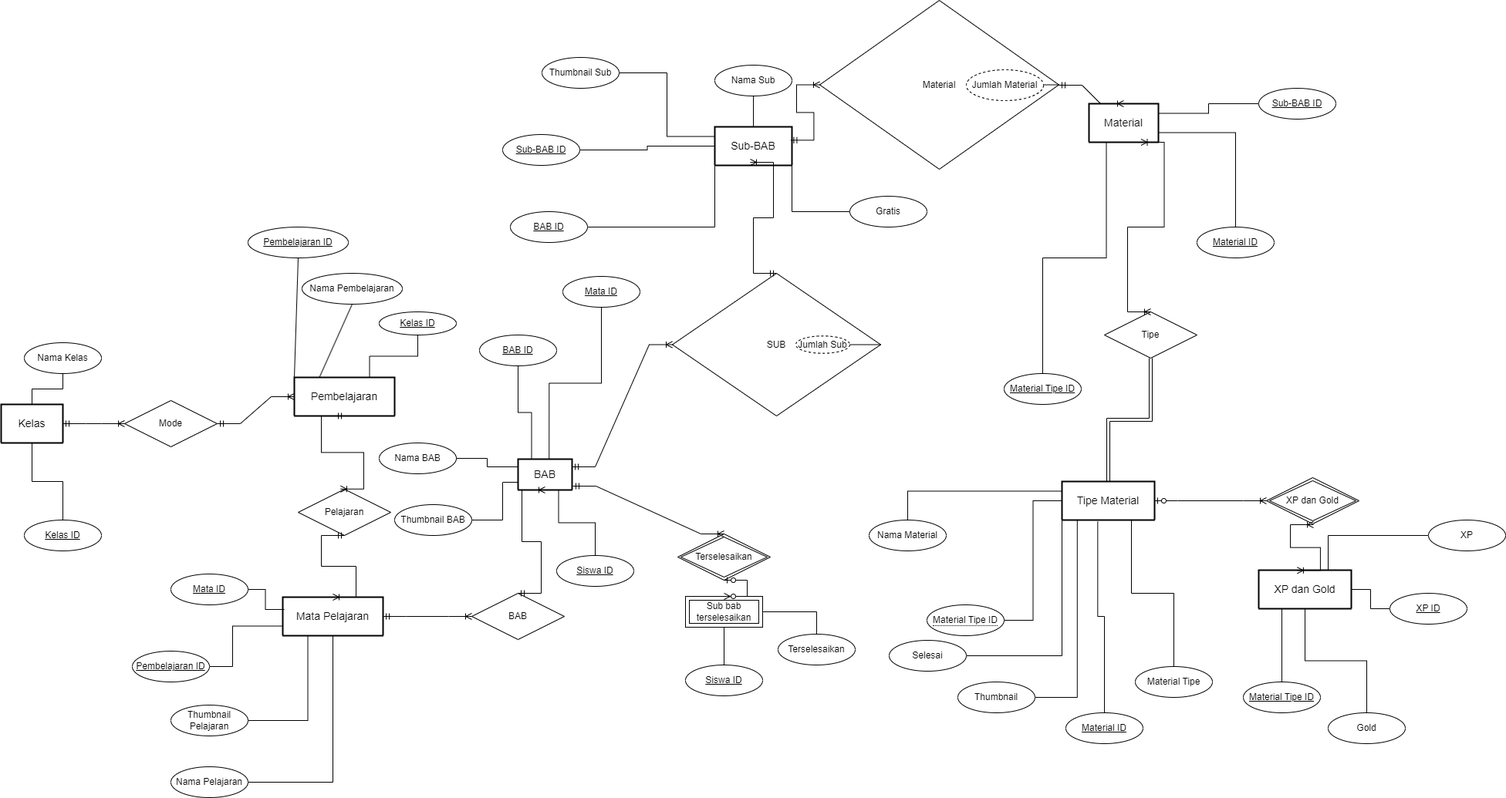
This is tugasDatabase.drawio.png from ardy-yusuf-wibawa/React-Bookbuzz, a draw.io export, as it was before one commit. Source tidied: cells renumbered, new cells last; positions are measured from the earlier drawing's top-left corner, leaving out a move shared by most shapes.
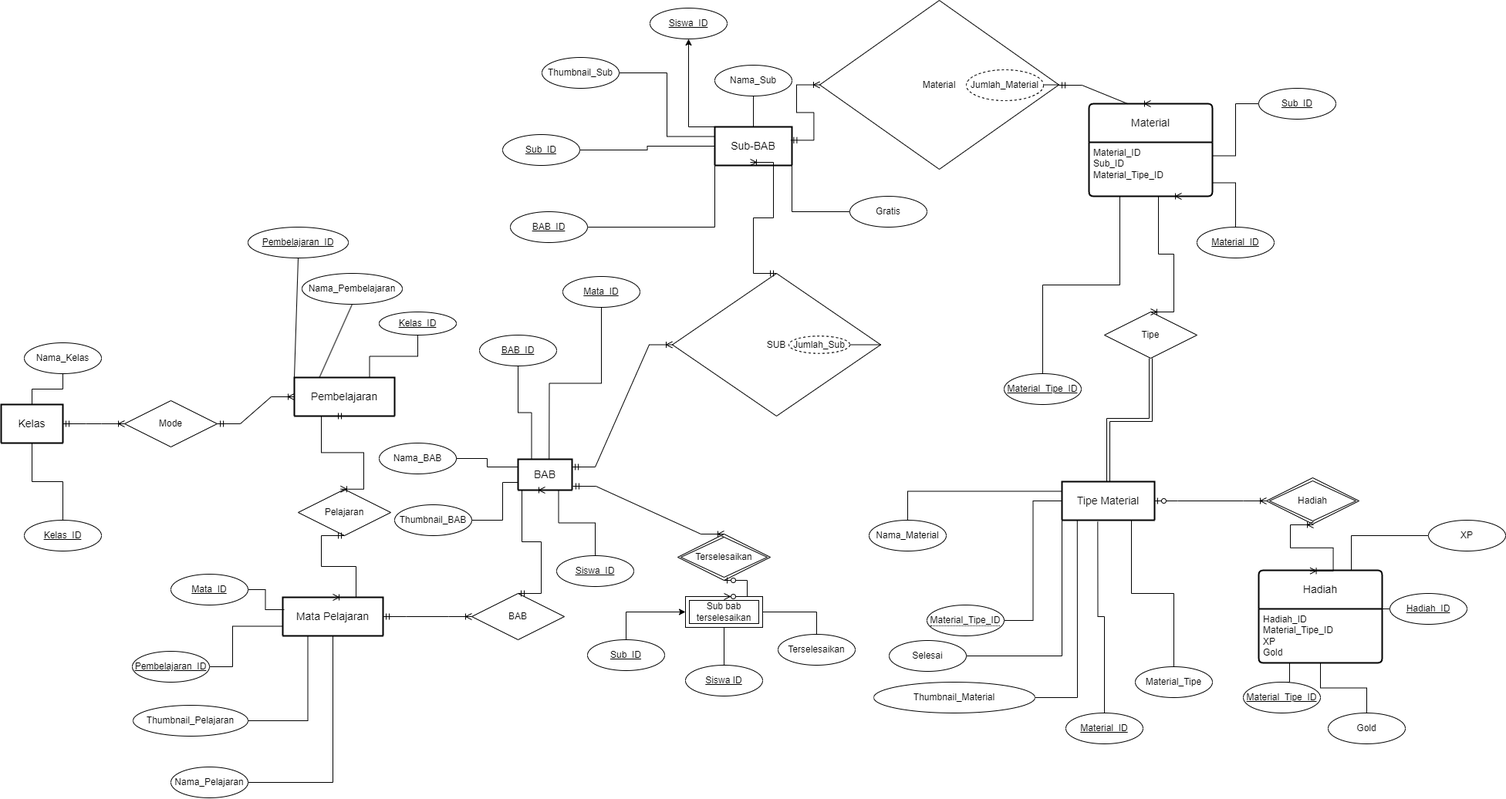
After the change.

What changed in the source:
```diff
@@ -16,6 +16,6 @@
     </mxCell>
-    <mxCell id="6" value="Nama Kelas" style="ellipse;whiteSpace=wrap;html=1;align=center;" parent="1" vertex="1">
+    <mxCell id="6" value="Nama_Kelas" style="ellipse;whiteSpace=wrap;html=1;align=center;" parent="1" vertex="1">
       <mxGeometry x="30" y="444" width="100" height="40" as="geometry" />
     </mxCell>
-    <mxCell id="7" value="Kelas ID" style="ellipse;whiteSpace=wrap;html=1;align=center;fontStyle=4;" parent="1" vertex="1">
+    <mxCell id="7" value="Kelas_ID" style="ellipse;whiteSpace=wrap;html=1;align=center;fontStyle=4;" parent="1" vertex="1">
       <mxGeometry x="30" y="674" width="100" height="40" as="geometry" />
@@ -31,3 +31,3 @@
     </mxCell>
-    <mxCell id="11" value="Pembelajaran ID" style="ellipse;whiteSpace=wrap;html=1;align=center;fontStyle=4;" parent="1" vertex="1">
+    <mxCell id="11" value="Pembelajaran_ID" style="ellipse;whiteSpace=wrap;html=1;align=center;fontStyle=4;" parent="1" vertex="1">
       <mxGeometry x="320" y="294" width="130" height="40" as="geometry" />
@@ -37,3 +37,3 @@
     </mxCell>
-    <mxCell id="13" value="Nama Pembelajaran" style="ellipse;whiteSpace=wrap;html=1;align=center;" parent="1" vertex="1">
+    <mxCell id="13" value="Nama_Pembelajaran" style="ellipse;whiteSpace=wrap;html=1;align=center;" parent="1" vertex="1">
       <mxGeometry x="390" y="354" width="130" height="40" as="geometry" />
@@ -43,3 +43,3 @@
     </mxCell>
-    <mxCell id="15" value="Kelas ID" style="ellipse;whiteSpace=wrap;html=1;align=center;fontStyle=4;" parent="1" vertex="1">
+    <mxCell id="15" value="Kelas_ID" style="ellipse;whiteSpace=wrap;html=1;align=center;fontStyle=4;" parent="1" vertex="1">
       <mxGeometry x="490" y="404" width="100" height="30" as="geometry" />
@@ -55,3 +55,3 @@
     </mxCell>
-    <mxCell id="19" value="Mata ID" style="ellipse;whiteSpace=wrap;html=1;align=center;fontStyle=4;" parent="1" vertex="1">
+    <mxCell id="19" value="Mata_ID" style="ellipse;whiteSpace=wrap;html=1;align=center;fontStyle=4;" parent="1" vertex="1">
       <mxGeometry x="220" y="744" width="100" height="40" as="geometry" />
@@ -66,9 +66,9 @@
     </mxCell>
-    <mxCell id="21" value="Pembelajaran ID" style="ellipse;whiteSpace=wrap;html=1;align=center;fontStyle=4;" parent="1" vertex="1">
+    <mxCell id="21" value="Pembelajaran_ID" style="ellipse;whiteSpace=wrap;html=1;align=center;fontStyle=4;" parent="1" vertex="1">
       <mxGeometry x="170" y="844" width="100" height="40" as="geometry" />
     </mxCell>
-    <mxCell id="22" value="Thumbnail Pelajaran" style="ellipse;whiteSpace=wrap;html=1;align=center;" parent="1" vertex="1">
-      <mxGeometry x="220" y="914" width="100" height="40" as="geometry" />
+    <mxCell id="22" value="Thumbnail_Pelajaran" style="ellipse;whiteSpace=wrap;html=1;align=center;" parent="1" vertex="1">
+      <mxGeometry x="171" y="914" width="149" height="40" as="geometry" />
     </mxCell>
-    <mxCell id="23" value="Nama Pelajaran" style="ellipse;whiteSpace=wrap;html=1;align=center;" parent="1" vertex="1">
+    <mxCell id="23" value="Nama_Pelajaran" style="ellipse;whiteSpace=wrap;html=1;align=center;" parent="1" vertex="1">
       <mxGeometry x="220" y="994" width="100" height="40" as="geometry" />
@@ -90,9 +90,9 @@
     </mxCell>
-    <mxCell id="29" value="&lt;u&gt;BAB ID&lt;/u&gt;" style="ellipse;whiteSpace=wrap;html=1;align=center;" parent="1" vertex="1">
+    <mxCell id="29" value="&lt;u&gt;BAB_ID&lt;/u&gt;" style="ellipse;whiteSpace=wrap;html=1;align=center;" parent="1" vertex="1">
       <mxGeometry x="620" y="434" width="100" height="40" as="geometry" />
     </mxCell>
-    <mxCell id="30" value="&lt;u&gt;Mata ID&lt;/u&gt;" style="ellipse;whiteSpace=wrap;html=1;align=center;" parent="1" vertex="1">
+    <mxCell id="30" value="&lt;u&gt;Mata_ID&lt;/u&gt;" style="ellipse;whiteSpace=wrap;html=1;align=center;" parent="1" vertex="1">
       <mxGeometry x="728" y="358" width="100" height="40" as="geometry" />
     </mxCell>
-    <mxCell id="31" value="Nama BAB" style="ellipse;whiteSpace=wrap;html=1;align=center;" parent="1" vertex="1">
+    <mxCell id="31" value="Nama_BAB" style="ellipse;whiteSpace=wrap;html=1;align=center;" parent="1" vertex="1">
       <mxGeometry x="490" y="574" width="100" height="40" as="geometry" />
@@ -120,5 +120,12 @@
     </mxCell>
-    <mxCell id="39" value="Jumlah Sub" style="ellipse;whiteSpace=wrap;html=1;align=center;dashed=1;" parent="1" vertex="1">
-      <mxGeometry x="1030" y="435.2" width="70" height="22.5" as="geometry" />
+    <mxCell id="39" value="Jumlah_Sub" style="ellipse;whiteSpace=wrap;html=1;align=center;dashed=1;" parent="1" vertex="1">
+      <mxGeometry x="1021" y="435.2" width="79" height="22.5" as="geometry" />
     </mxCell>
+    <mxCell id="98" style="edgeStyle=orthogonalEdgeStyle;rounded=0;jettySize=auto;html=1;exitX=0.25;exitY=0;exitDx=0;exitDy=0;entryX=0.5;entryY=1;entryDx=0;entryDy=0;" parent="1" edge="1" source="40" target="106">
+      <mxGeometry relative="1" as="geometry">
+        <Array as="points">
+          <mxPoint x="891" y="164" />
+        </Array>
+      </mxGeometry>
+    </mxCell>
     <mxCell id="40" value="Sub-BAB" style="swimlane;horizontal=1;startSize=50;rounded=1;fontSize=14;fontStyle=0;strokeWidth=2;shadow=0;dashed=0;align=center;arcSize=4;whiteSpace=wrap;html=1;" parent="1" vertex="1" collapsed="1">
@@ -129,3 +136,3 @@
     </mxCell>
-    <mxCell id="42" value="Sub-BAB ID" style="ellipse;whiteSpace=wrap;html=1;align=center;fontStyle=4;" parent="1" vertex="1">
+    <mxCell id="42" value="Sub_ID" style="ellipse;whiteSpace=wrap;html=1;align=center;fontStyle=4;" parent="1" vertex="1">
       <mxGeometry x="650" y="174" width="100" height="40" as="geometry" />
@@ -135,3 +142,3 @@
     </mxCell>
-    <mxCell id="44" value="BAB ID" style="ellipse;whiteSpace=wrap;html=1;align=center;fontStyle=4;" parent="1" vertex="1">
+    <mxCell id="44" value="BAB_ID" style="ellipse;whiteSpace=wrap;html=1;align=center;fontStyle=4;" parent="1" vertex="1">
       <mxGeometry x="660" y="274" width="100" height="40" as="geometry" />
@@ -141,3 +148,3 @@
     </mxCell>
-    <mxCell id="46" value="Nama Sub" style="ellipse;whiteSpace=wrap;html=1;align=center;" parent="1" vertex="1">
+    <mxCell id="46" value="Nama_Sub" style="ellipse;whiteSpace=wrap;html=1;align=center;" parent="1" vertex="1">
       <mxGeometry x="925" y="84" width="100" height="40" as="geometry" />
@@ -156,12 +163,24 @@
     </mxCell>
-    <mxCell id="51" value="Material" style="swimlane;horizontal=1;startSize=50;rounded=1;fontSize=14;fontStyle=0;strokeWidth=2;shadow=0;dashed=0;align=center;arcSize=4;whiteSpace=wrap;html=1;" parent="1" vertex="1" collapsed="1">
-      <mxGeometry x="1410" y="134" width="90" height="50" as="geometry" />
+    <mxCell id="51" value="Material" style="swimlane;horizontal=1;startSize=50;rounded=1;fontSize=14;fontStyle=0;strokeWidth=2;shadow=0;dashed=0;align=center;arcSize=4;whiteSpace=wrap;html=1;" parent="1" vertex="1">
+      <mxGeometry x="1410" y="134" width="160" height="120" as="geometry" />
     </mxCell>
+    <mxCell id="99" value="Material_ID&lt;br&gt;Sub_ID&lt;br&gt;Material_Tipe_ID" style="align=left;strokeColor=none;fillColor=none;spacingLeft=4;fontSize=12;verticalAlign=top;html=1;" parent="51" vertex="1">
+      <mxGeometry y="50" width="160" height="70" as="geometry" />
+    </mxCell>
+    <mxCell id="100" style="edgeStyle=orthogonalEdgeStyle;rounded=0;jettySize=auto;html=1;exitX=0.5;exitY=0;exitDx=0;exitDy=0;entryX=0.25;entryY=1;entryDx=0;entryDy=0;endArrow=none;endFill=0;" parent="1" edge="1" source="52" target="99">
+      <mxGeometry relative="1" as="geometry" />
+    </mxCell>
-    <mxCell id="52" value="Material Tipe ID" style="ellipse;whiteSpace=wrap;html=1;align=center;fontStyle=4;" parent="1" vertex="1">
+    <mxCell id="52" value="Material_Tipe_ID" style="ellipse;whiteSpace=wrap;html=1;align=center;fontStyle=4;" parent="1" vertex="1">
       <mxGeometry x="1300" y="484" width="100" height="40" as="geometry" />
     </mxCell>
+    <mxCell id="101" style="edgeStyle=orthogonalEdgeStyle;rounded=0;jettySize=auto;html=1;exitX=0.5;exitY=0;exitDx=0;exitDy=0;entryX=1;entryY=0.75;entryDx=0;entryDy=0;endArrow=none;endFill=0;" parent="1" edge="1" source="53" target="99">
+      <mxGeometry relative="1" as="geometry" />
+    </mxCell>
-    <mxCell id="53" value="Material ID" style="ellipse;whiteSpace=wrap;html=1;align=center;fontStyle=4;" parent="1" vertex="1">
+    <mxCell id="53" value="Material_ID" style="ellipse;whiteSpace=wrap;html=1;align=center;fontStyle=4;" parent="1" vertex="1">
       <mxGeometry x="1550" y="294" width="100" height="40" as="geometry" />
     </mxCell>
+    <mxCell id="102" style="edgeStyle=orthogonalEdgeStyle;rounded=0;jettySize=auto;html=1;exitX=0;exitY=0.5;exitDx=0;exitDy=0;entryX=1;entryY=0.25;entryDx=0;entryDy=0;endArrow=none;endFill=0;" parent="1" edge="1" source="54" target="99">
+      <mxGeometry relative="1" as="geometry" />
+    </mxCell>
-    <mxCell id="54" value="Sub-BAB ID" style="ellipse;whiteSpace=wrap;html=1;align=center;fontStyle=4;" parent="1" vertex="1">
+    <mxCell id="54" value="Sub_ID" style="ellipse;whiteSpace=wrap;html=1;align=center;fontStyle=4;" parent="1" vertex="1">
       <mxGeometry x="1630" y="114" width="100" height="40" as="geometry" />
@@ -177,6 +196,6 @@
     </mxCell>
-    <mxCell id="58" value="Nama Material" style="ellipse;whiteSpace=wrap;html=1;align=center;" parent="1" vertex="1">
+    <mxCell id="58" value="Nama_Material" style="ellipse;whiteSpace=wrap;html=1;align=center;" parent="1" vertex="1">
       <mxGeometry x="1125" y="674" width="100" height="40" as="geometry" />
     </mxCell>
-    <mxCell id="59" value="&lt;span style=&quot;border-bottom: 1px dotted&quot;&gt;Material Tipe ID&lt;/span&gt;" style="ellipse;whiteSpace=wrap;html=1;align=center;" parent="1" vertex="1">
+    <mxCell id="59" value="&lt;span style=&quot;border-bottom: 1px dotted&quot;&gt;Material_Tipe_ID&lt;/span&gt;" style="ellipse;whiteSpace=wrap;html=1;align=center;" parent="1" vertex="1">
       <mxGeometry x="1200" y="784" width="100" height="40" as="geometry" />
@@ -186,7 +205,7 @@
     </mxCell>
-    <mxCell id="61" value="Material ID" style="ellipse;whiteSpace=wrap;html=1;align=center;fontStyle=4;" parent="1" vertex="1">
+    <mxCell id="61" value="Material_ID" style="ellipse;whiteSpace=wrap;html=1;align=center;fontStyle=4;" parent="1" vertex="1">
       <mxGeometry x="1380" y="924" width="100" height="40" as="geometry" />
     </mxCell>
-    <mxCell id="62" value="Thumbnail" style="ellipse;whiteSpace=wrap;html=1;align=center;" parent="1" vertex="1">
-      <mxGeometry x="1240" y="884" width="100" height="40" as="geometry" />
+    <mxCell id="62" value="Thumbnail_Material" style="ellipse;whiteSpace=wrap;html=1;align=center;" parent="1" vertex="1">
+      <mxGeometry x="1131" y="884" width="209" height="40" as="geometry" />
     </mxCell>
@@ -195,11 +214,14 @@
     </mxCell>
-    <mxCell id="64" value="Material Tipe" style="ellipse;whiteSpace=wrap;html=1;align=center;" parent="1" vertex="1">
+    <mxCell id="64" value="Material_Tipe" style="ellipse;whiteSpace=wrap;html=1;align=center;" parent="1" vertex="1">
       <mxGeometry x="1470" y="864" width="100" height="40" as="geometry" />
     </mxCell>
-    <mxCell id="65" value="XP dan Gold" style="shape=rhombus;double=1;perimeter=rhombusPerimeter;whiteSpace=wrap;html=1;align=center;" parent="1" vertex="1">
+    <mxCell id="65" value="Hadiah" style="shape=rhombus;double=1;perimeter=rhombusPerimeter;whiteSpace=wrap;html=1;align=center;" parent="1" vertex="1">
       <mxGeometry x="1640" y="619" width="120" height="60" as="geometry" />
     </mxCell>
-    <mxCell id="66" value="XP dan Gold" style="swimlane;horizontal=1;startSize=50;rounded=1;fontSize=14;fontStyle=0;strokeWidth=2;shadow=0;dashed=0;align=center;arcSize=4;whiteSpace=wrap;html=1;" parent="1" vertex="1" collapsed="1">
-      <mxGeometry x="1630" y="739" width="120" height="50" as="geometry" />
+    <mxCell id="66" value="Hadiah" style="swimlane;horizontal=1;startSize=50;rounded=1;fontSize=14;fontStyle=0;strokeWidth=2;shadow=0;dashed=0;align=center;arcSize=4;whiteSpace=wrap;html=1;" parent="1" vertex="1">
+      <mxGeometry x="1630" y="739" width="160" height="120" as="geometry" />
     </mxCell>
+    <mxCell id="103" value="Hadiah_ID&lt;br&gt;Material_Tipe_ID&lt;br&gt;XP&lt;br&gt;Gold" style="align=left;strokeColor=none;fillColor=none;spacingLeft=4;fontSize=12;verticalAlign=top;html=1;" parent="66" vertex="1">
+      <mxGeometry y="50" width="160" height="70" as="geometry" />
+    </mxCell>
     <mxCell id="67" style="edgeStyle=orthogonalEdgeStyle;rounded=0;jettySize=auto;html=1;exitX=0.5;exitY=0;exitDx=0;exitDy=0;entryX=0.25;entryY=1;entryDx=0;entryDy=0;endArrow=none;endFill=0;" parent="1" edge="1" source="68" target="66">
@@ -207,3 +229,3 @@
     </mxCell>
-    <mxCell id="68" value="Material Tipe ID" style="ellipse;whiteSpace=wrap;html=1;align=center;fontStyle=4;" parent="1" vertex="1">
+    <mxCell id="68" value="Material_Tipe_ID" style="ellipse;whiteSpace=wrap;html=1;align=center;fontStyle=4;" parent="1" vertex="1">
       <mxGeometry x="1610" y="884" width="100" height="40" as="geometry" />
@@ -213,3 +235,3 @@
     </mxCell>
-    <mxCell id="70" value="&lt;u&gt;XP ID&lt;/u&gt;" style="ellipse;whiteSpace=wrap;html=1;align=center;" parent="1" vertex="1">
+    <mxCell id="70" value="&lt;u&gt;Hadiah_ID&lt;/u&gt;" style="ellipse;whiteSpace=wrap;html=1;align=center;" parent="1" vertex="1">
       <mxGeometry x="1800" y="769" width="100" height="40" as="geometry" />
@@ -234,3 +256,3 @@
     </mxCell>
-    <mxCell id="77" value="Jumlah Material" style="ellipse;whiteSpace=wrap;html=1;align=center;dashed=1;" parent="1" vertex="1">
+    <mxCell id="77" value="Jumlah_Material" style="ellipse;whiteSpace=wrap;html=1;align=center;dashed=1;" parent="1" vertex="1">
       <mxGeometry x="1251" y="90" width="100" height="40" as="geometry" />
@@ -244,3 +266,3 @@
     </mxCell>
-    <mxCell id="79" value="Thumbnail BAB" style="ellipse;whiteSpace=wrap;html=1;align=center;" parent="1" vertex="1">
+    <mxCell id="79" value="Thumbnail_BAB" style="ellipse;whiteSpace=wrap;html=1;align=center;" parent="1" vertex="1">
       <mxGeometry x="510" y="654" width="100" height="40" as="geometry" />
@@ -250,6 +272,6 @@
     </mxCell>
-    <mxCell id="81" value="Thumbnail Sub" style="ellipse;whiteSpace=wrap;html=1;align=center;" parent="1" vertex="1">
+    <mxCell id="81" value="Thumbnail_Sub" style="ellipse;whiteSpace=wrap;html=1;align=center;" parent="1" vertex="1">
       <mxGeometry x="701" y="74" width="100" height="40" as="geometry" />
     </mxCell>
-    <mxCell id="82" value="&lt;u&gt;Siswa ID&lt;/u&gt;" style="ellipse;whiteSpace=wrap;html=1;align=center;" parent="1" vertex="1">
+    <mxCell id="82" value="&lt;u&gt;Siswa_ID&lt;/u&gt;" style="ellipse;whiteSpace=wrap;html=1;align=center;" parent="1" vertex="1">
       <mxGeometry x="720" y="720" width="100" height="40" as="geometry" />
@@ -305,2 +327,11 @@
     </mxCell>
+    <mxCell id="104" style="edgeStyle=orthogonalEdgeStyle;rounded=0;jettySize=auto;html=1;exitX=0.5;exitY=0;exitDx=0;exitDy=0;entryX=0;entryY=0.5;entryDx=0;entryDy=0;" parent="1" edge="1" source="105" target="35">
+      <mxGeometry relative="1" as="geometry" />
+    </mxCell>
+    <mxCell id="105" value="&lt;u&gt;Sub_ID&lt;/u&gt;" style="ellipse;whiteSpace=wrap;html=1;align=center;" parent="1" vertex="1">
+      <mxGeometry x="760" y="829" width="100" height="40" as="geometry" />
+    </mxCell>
+    <mxCell id="106" value="&lt;u&gt;Siswa_ID&lt;/u&gt;" style="ellipse;whiteSpace=wrap;html=1;align=center;" parent="1" vertex="1">
+      <mxGeometry x="841" y="10" width="100" height="40" as="geometry" />
+    </mxCell>
   </root>
```
